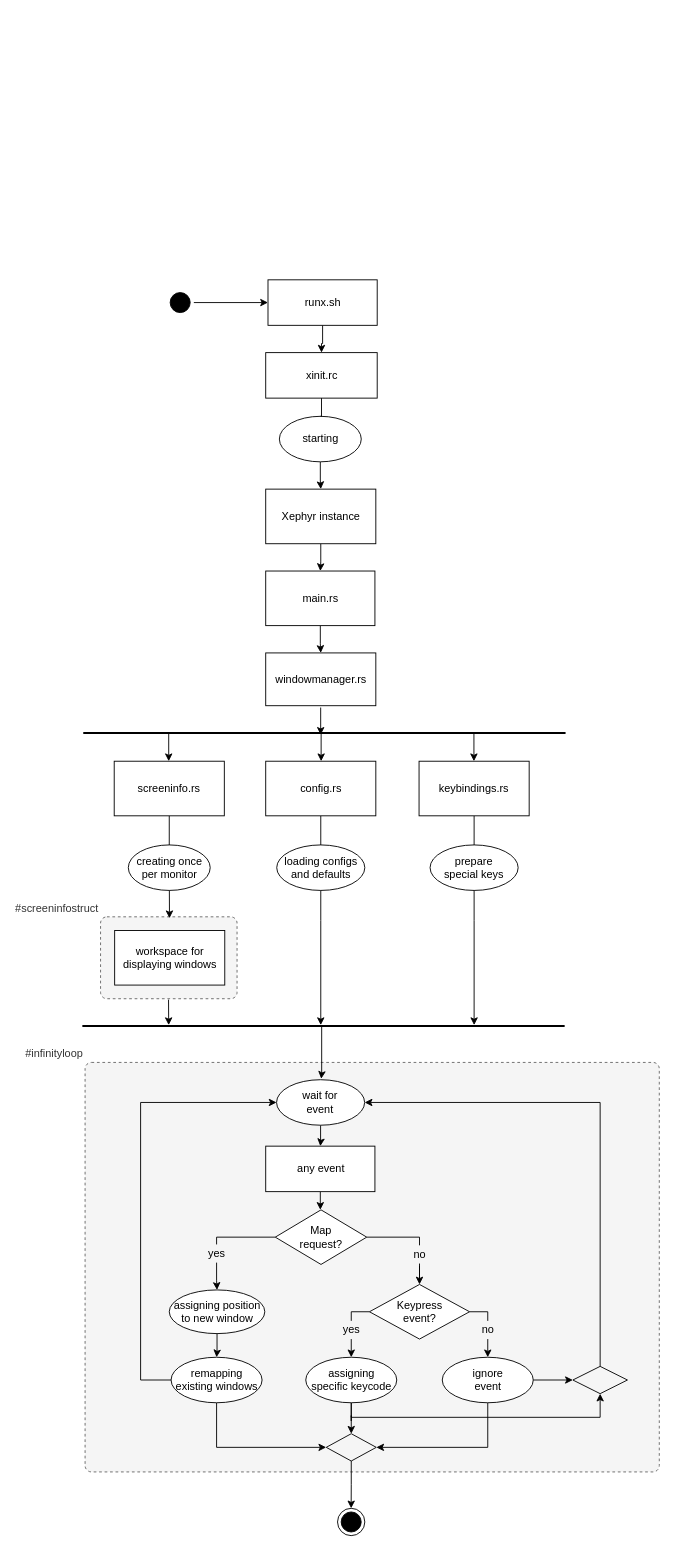
FelixSchladt/OxideWM keeps this draw.io diagram as planning/source/drawio_editables/flowchart_instantiation.drawio. Above is the earlier version. Source tidied: cells renumbered, new cells numbered last; positions are measured from the earlier drawing's top-left corner, leaving out a move shared by most shapes. Both pictures are drawn from the tidied source at 91%, with x=0, y=0 at pixel (82, 279).
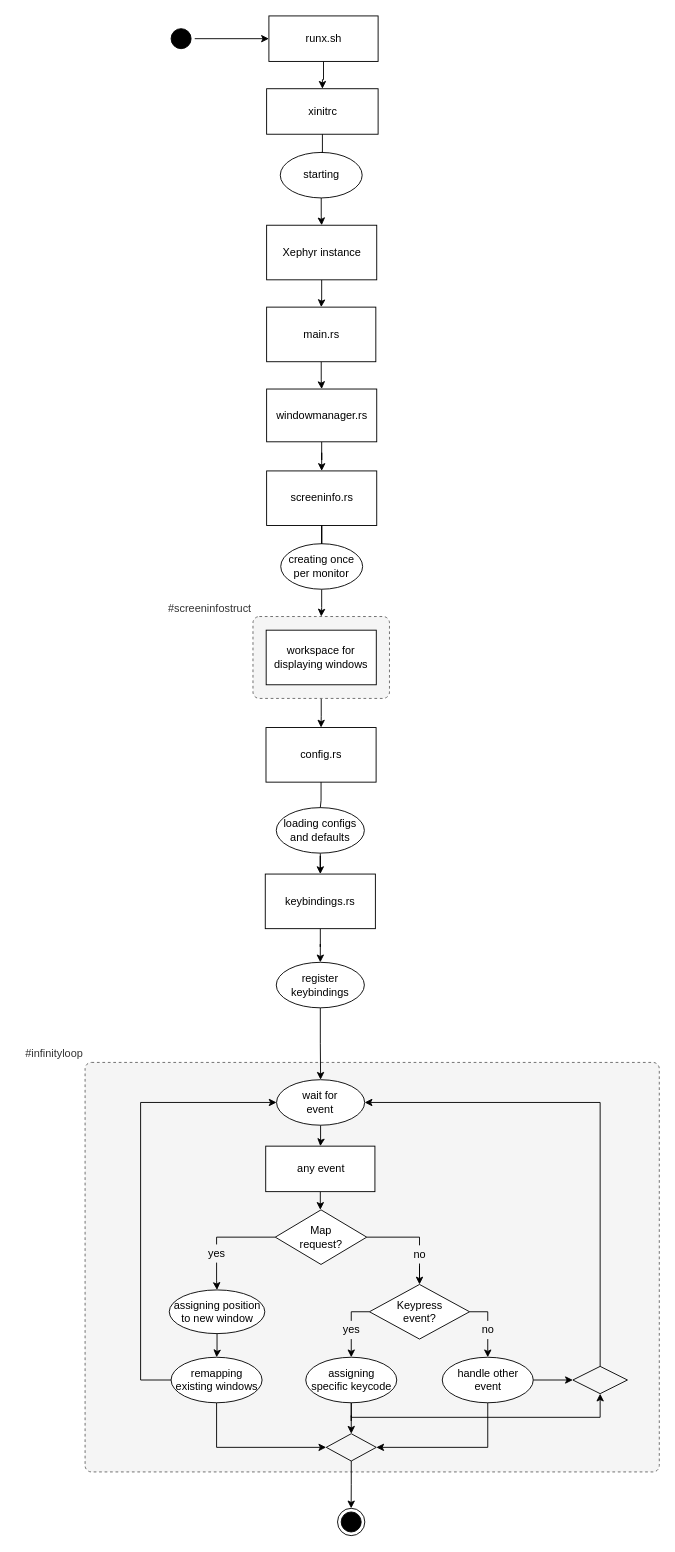
Above is the later version.

Commit message (it also covers changes not shown here):
reworked uml

Unchanged cells that the change refers to:
```xml
<mxCell id="65" value="wait for&lt;br&gt;event" style="ellipse;whiteSpace=wrap;html=1;rounded=0;" parent="1" vertex="1">
  <mxGeometry x="213.4" y="879" width="96.8" height="50" as="geometry" />
</mxCell>
```

Diff of the diagram source:
```diff
@@
+    <mxCell id="69" style="edgeStyle=orthogonalEdgeStyle;rounded=0;jettySize=auto;html=1;" parent="1" edge="1" source="2" target="47">
+      <mxGeometry relative="1" as="geometry" />
+    </mxCell>
     <mxCell id="2" value="#screeninfostruct" style="rounded=1;whiteSpace=wrap;html=1;absoluteArcSize=1;arcSize=14;strokeWidth=1;shadow=0;glass=0;sketch=0;fillStyle=solid;dashed=1;fillColor=#f5f5f5;strokeColor=#666666;fontColor=#333333;labelPosition=left;verticalLabelPosition=top;align=right;verticalAlign=bottom;" parent="1" vertex="1">
-      <mxGeometry x="20" y="700" width="150" height="90" as="geometry" />
+      <mxGeometry x="187.5" y="370" width="150" height="90" as="geometry" />
     </mxCell>
@@
     <mxCell id="5" style="ellipse;html=1;shape=startState;fillColor=#000000;strokeColor=#000000;rounded=0;" parent="1" vertex="1">
-      <mxGeometry x="92.5" y="10" width="30" height="30" as="geometry" />
+      <mxGeometry x="93.5" y="-280" width="30" height="30" as="geometry" />
     </mxCell>
@@
     <mxCell id="7" value="runx.sh" style="html=1;rounded=0;" parent="1" vertex="1">
-      <mxGeometry x="204" width="120" height="50" as="geometry" />
+      <mxGeometry x="205" y="-290" width="120" height="50" as="geometry" />
     </mxCell>
@@
-    <mxCell id="9" value="xinit.rc" style="html=1;rounded=0;" parent="1" vertex="1">
-      <mxGeometry x="201.5" y="80" width="122.5" height="50" as="geometry" />
+    <mxCell id="9" value="xinitrc" style="html=1;rounded=0;" parent="1" vertex="1">
+      <mxGeometry x="202.5" y="-210" width="122.5" height="50" as="geometry" />
     </mxCell>
@@
     <mxCell id="11" value="main.rs" style="whiteSpace=wrap;html=1;rounded=0;" parent="1" vertex="1">
-      <mxGeometry x="201.5" y="320" width="120" height="60" as="geometry" />
+      <mxGeometry x="202.5" y="30" width="120" height="60" as="geometry" />
     </mxCell>
+    <mxCell id="70" style="edgeStyle=orthogonalEdgeStyle;rounded=0;jettySize=auto;html=1;" parent="1" edge="1" source="12" target="42">
+      <mxGeometry relative="1" as="geometry" />
+    </mxCell>
     <mxCell id="12" value="windowmanager.rs" style="whiteSpace=wrap;html=1;rounded=0;" parent="1" vertex="1">
-      <mxGeometry x="201.5" y="410" width="121" height="58" as="geometry" />
+      <mxGeometry x="202.5" y="120" width="121" height="58" as="geometry" />
     </mxCell>
@@
-    <mxCell id="34" value="ignore&lt;br&gt;event" style="ellipse;whiteSpace=wrap;html=1;rounded=0;" parent="1" vertex="1">
+    <mxCell id="34" value="handle other&lt;br&gt;event" style="ellipse;whiteSpace=wrap;html=1;rounded=0;" parent="1" vertex="1">
       <mxGeometry x="395.5" y="1184" width="100" height="50" as="geometry" />
     </mxCell>
@@
-    <mxCell id="41" style="edgeStyle=orthogonalEdgeStyle;rounded=0;jettySize=auto;html=1;entryX=0.505;entryY=0.017;entryDx=0;entryDy=0;fontFamily=Helvetica;fontSize=12;fontColor=default;entryPerimeter=0;" parent="1" edge="1" source="42" target="2">
-      <mxGeometry relative="1" as="geometry" />
-    </mxCell>
+    <mxCell id="71" style="edgeStyle=orthogonalEdgeStyle;rounded=0;jettySize=auto;html=1;startArrow=none;" parent="1" edge="1" source="52" target="2">
+      <mxGeometry relative="1" as="geometry" />
+    </mxCell>
     <mxCell id="42" value="screeninfo.rs" style="whiteSpace=wrap;html=1;rounded=0;" parent="1" vertex="1">
-      <mxGeometry x="35" y="529" width="121" height="60" as="geometry" />
+      <mxGeometry x="202.5" y="210" width="121" height="60" as="geometry" />
     </mxCell>
     <mxCell id="43" value="workspace for displaying windows" style="whiteSpace=wrap;html=1;rounded=0;" parent="1" vertex="1">
-      <mxGeometry x="35.5" y="715" width="121" height="60" as="geometry" />
+      <mxGeometry x="202" y="385" width="121" height="60" as="geometry" />
     </mxCell>
@@
     <mxCell id="45" value="Xephyr instance" style="whiteSpace=wrap;html=1;rounded=0;" parent="1" vertex="1">
-      <mxGeometry x="201.5" y="230" width="121" height="60" as="geometry" />
+      <mxGeometry x="202.5" y="-60" width="121" height="60" as="geometry" />
     </mxCell>
-    <mxCell id="46" style="edgeStyle=orthogonalEdgeStyle;rounded=0;jettySize=auto;html=1;fontFamily=Helvetica;fontSize=12;fontColor=default;" parent="1" edge="1" source="47">
-      <mxGeometry relative="1" as="geometry">
-        <mxPoint x="262" y="819" as="targetPoint" />
-      </mxGeometry>
-    </mxCell>
+    <mxCell id="72" style="edgeStyle=orthogonalEdgeStyle;rounded=0;jettySize=auto;html=1;startArrow=none;" parent="1" edge="1" source="48" target="50">
+      <mxGeometry relative="1" as="geometry" />
+    </mxCell>
     <mxCell id="47" value="config.rs" style="whiteSpace=wrap;html=1;rounded=0;" parent="1" vertex="1">
-      <mxGeometry x="201.5" y="529" width="121" height="60" as="geometry" />
+      <mxGeometry x="201.8" y="492" width="121" height="60" as="geometry" />
     </mxCell>
-    <mxCell id="48" value="loading configs&lt;br&gt;and defaults" style="ellipse;whiteSpace=wrap;html=1;rounded=0;" parent="1" vertex="1">
-      <mxGeometry x="213.6" y="621" width="96.8" height="50" as="geometry" />
-    </mxCell>
-    <mxCell id="49" style="edgeStyle=orthogonalEdgeStyle;rounded=0;jettySize=auto;html=1;fontFamily=Helvetica;fontSize=12;fontColor=default;" parent="1" edge="1" source="50">
-      <mxGeometry relative="1" as="geometry">
-        <mxPoint x="430.5" y="819" as="targetPoint" />
-      </mxGeometry>
-    </mxCell>
+    <mxCell id="73" style="edgeStyle=orthogonalEdgeStyle;rounded=0;jettySize=auto;html=1;" parent="1" edge="1" source="50" target="51">
+      <mxGeometry relative="1" as="geometry" />
+    </mxCell>
     <mxCell id="50" value="keybindings.rs" style="whiteSpace=wrap;html=1;rounded=0;" parent="1" vertex="1">
-      <mxGeometry x="370" y="529" width="121" height="60" as="geometry" />
+      <mxGeometry x="201" y="653" width="121" height="60" as="geometry" />
     </mxCell>
+    <mxCell id="74" style="edgeStyle=orthogonalEdgeStyle;rounded=0;jettySize=auto;html=1;" parent="1" edge="1" source="51" target="65">
+      <mxGeometry relative="1" as="geometry" />
+    </mxCell>
-    <mxCell id="51" value="prepare &lt;br&gt;special keys" style="ellipse;whiteSpace=wrap;html=1;rounded=0;" parent="1" vertex="1">
-      <mxGeometry x="382.1" y="621" width="96.8" height="50" as="geometry" />
+    <mxCell id="51" value="register&lt;br&gt;keybindings" style="ellipse;whiteSpace=wrap;html=1;rounded=0;" parent="1" vertex="1">
+      <mxGeometry x="213.1" y="750" width="96.8" height="50" as="geometry" />
     </mxCell>
-    <mxCell id="52" value="creating once per monitor" style="ellipse;whiteSpace=wrap;html=1;rounded=0;" parent="1" vertex="1">
-      <mxGeometry x="50.5" y="621" width="90" height="50" as="geometry" />
-    </mxCell>
-    <mxCell id="53" style="line;strokeWidth=2;fillColor=none;align=left;verticalAlign=middle;spacingTop=-1;spacingLeft=3;spacingRight=3;labelPosition=right;strokeColor=inherit;fontFamily=Helvetica;fontSize=12;fontColor=default;html=1;" parent="1" vertex="1">
-      <mxGeometry x="1" y="494" width="530" height="8" as="geometry" />
-    </mxCell>
-    <mxCell id="54" style="line;strokeWidth=2;fillColor=none;align=left;verticalAlign=middle;spacingTop=-1;spacingLeft=3;spacingRight=3;labelPosition=right;points=[];portConstraint=eastwest;strokeColor=inherit;fontFamily=Helvetica;fontSize=12;fontColor=default;html=1;" parent="1" vertex="1">
-      <mxGeometry y="816" width="530" height="8" as="geometry" />
-    </mxCell>
-    <mxCell id="55" style="edgeStyle=orthogonalEdgeStyle;rounded=0;orthogonalLoop=1;jettySize=auto;html=1;fontFamily=Helvetica;fontSize=12;fontColor=default;" parent="1" edge="1">
-      <mxGeometry relative="1" as="geometry">
-        <mxPoint x="262.4" y="499" as="sourcePoint" />
-        <mxPoint x="262.4" y="529" as="targetPoint" />
-      </mxGeometry>
-    </mxCell>
-    <mxCell id="56" style="edgeStyle=orthogonalEdgeStyle;rounded=0;orthogonalLoop=1;jettySize=auto;html=1;fontFamily=Helvetica;fontSize=12;fontColor=default;" parent="1" edge="1">
-      <mxGeometry x="-0.27" y="-132" relative="1" as="geometry">
-        <mxPoint x="94.9" y="499" as="sourcePoint" />
-        <mxPoint x="94.9" y="529" as="targetPoint" />
-      </mxGeometry>
-    </mxCell>
-    <mxCell id="57" style="edgeStyle=orthogonalEdgeStyle;rounded=0;orthogonalLoop=1;jettySize=auto;html=1;fontFamily=Helvetica;fontSize=12;fontColor=default;" parent="1" edge="1">
-      <mxGeometry relative="1" as="geometry">
-        <mxPoint x="430.3" y="499" as="sourcePoint" />
-        <mxPoint x="430.3" y="529" as="targetPoint" />
-      </mxGeometry>
-    </mxCell>
-    <mxCell id="58" style="edgeStyle=orthogonalEdgeStyle;rounded=0;jettySize=auto;html=1;fontFamily=Helvetica;fontSize=12;fontColor=default;entryX=0.179;entryY=0.375;entryDx=0;entryDy=0;entryPerimeter=0;" parent="1" edge="1" target="54">
-      <mxGeometry relative="1" as="geometry">
-        <mxPoint x="94.7" y="791" as="sourcePoint" />
-      </mxGeometry>
-    </mxCell>
     <mxCell id="59" value="starting" style="ellipse;whiteSpace=wrap;html=1;rounded=0;" parent="1" vertex="1">
-      <mxGeometry x="216.5" y="150" width="90" height="50" as="geometry" />
+      <mxGeometry x="217.5" y="-140" width="90" height="50" as="geometry" />
     </mxCell>
@@
-    <mxCell id="61" style="edgeStyle=orthogonalEdgeStyle;rounded=0;orthogonalLoop=1;jettySize=auto;html=1;fontFamily=Helvetica;fontSize=12;fontColor=default;" parent="1" edge="1">
-      <mxGeometry relative="1" as="geometry">
-        <mxPoint x="261.9" y="470" as="sourcePoint" />
-        <mxPoint x="261.9" y="500" as="targetPoint" />
-      </mxGeometry>
-    </mxCell>
@@
-    <mxCell id="68" style="edgeStyle=orthogonalEdgeStyle;rounded=0;orthogonalLoop=1;jettySize=auto;html=1;fontFamily=Helvetica;fontSize=12;fontColor=default;" parent="1" edge="1">
-      <mxGeometry relative="1" as="geometry">
-        <mxPoint x="263" y="820" as="sourcePoint" />
-        <mxPoint x="262.5" y="878" as="targetPoint" />
-        <Array as="points">
-          <mxPoint x="263" y="873" />
-        </Array>
-      </mxGeometry>
-    </mxCell>
+    <mxCell id="52" value="creating once per monitor" style="ellipse;whiteSpace=wrap;html=1;rounded=0;" parent="1" vertex="1">
+      <mxGeometry x="218" y="290" width="90" height="50" as="geometry" />
+    </mxCell>
+    <mxCell id="75" style="edgeStyle=orthogonalEdgeStyle;rounded=0;jettySize=auto;html=1;endArrow=none;" parent="1" edge="1" source="42" target="52">
+      <mxGeometry relative="1" as="geometry" />
+    </mxCell>
+    <mxCell id="48" value="loading configs&lt;br&gt;and defaults" style="ellipse;whiteSpace=wrap;html=1;rounded=0;" parent="1" vertex="1">
+      <mxGeometry x="213.1" y="580" width="96.8" height="50" as="geometry" />
+    </mxCell>
+    <mxCell id="76" style="edgeStyle=orthogonalEdgeStyle;rounded=0;jettySize=auto;html=1;endArrow=none;" parent="1" edge="1" source="47" target="48">
+      <mxGeometry relative="1" as="geometry" />
+    </mxCell>
```
